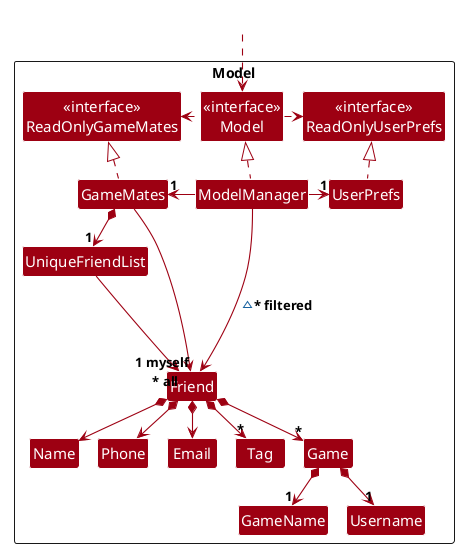
Earlier version of the PlantUML export pr-preview/pr-83/images/ModelClassDiagram.png (AY2627S1-CS2103T-W14-3/tp).
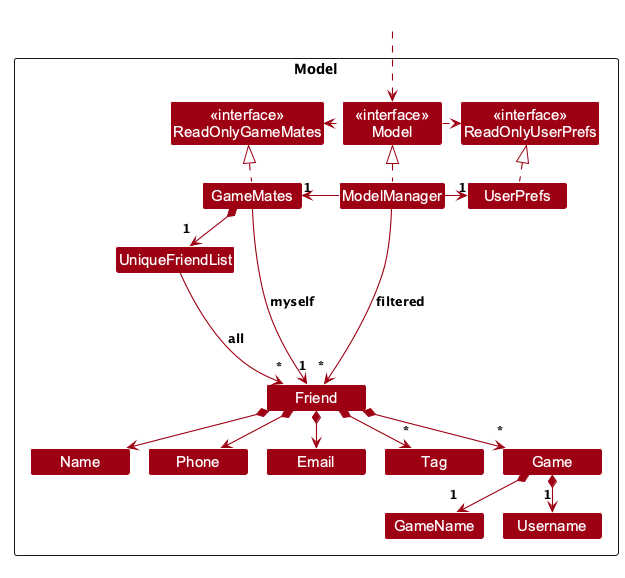
The same diagram one commit later.

Diff of the diagram source:
```diff
@@ -4,6 +4,9 @@
 skinparam arrowThickness 1.1
 skinparam arrowColor MODEL_COLOR
 skinparam classBackgroundColor MODEL_COLOR
+skinparam minClassWidth 100
+skinparam nodesep 30
+skinparam ranksep 50
 
 Package Model as ModelPackage <<Rectangle>>{
 Class "<<interface>>\nReadOnlyGameMates" as ReadOnlyGameMates
@@ -38,16 +41,16 @@
 ModelManager -right-> "1" UserPrefs
 UserPrefs .up.|> ReadOnlyUserPrefs
 
-GameMates *--> "1" UniqueFriendList
-UniqueFriendList --> "~* all" Friend
-GameMates --> "1 myself" Friend
+GameMates *--> "1\n<size:6> </size>" UniqueFriendList
+UniqueFriendList --> "*\n<size:6> </size>" Friend : all
+GameMates --> "1\n<size:6> </size>" Friend : myself
 Friend *--> Name
 Friend *--> Phone
 Friend *--> Email
-Friend *--> "*" Tag
-Friend *--> "*" Game
-Game *--> "1" GameName
-Game *--> "1" Username
+Friend *--> "*\n<size:6> </size>" Tag
+Friend *--> "*\n<size:6> </size>" Game
+Game *--> "1\n<size:6> </size>" GameName
+Game *--> "1\n<size:6> </size>" Username
 
 Friend -[hidden]up--> I
 UniqueFriendList -[hidden]right-> I
@@ -55,5 +58,5 @@
 Name -[hidden]right-> Phone
 Phone -[hidden]right-> Email
 
-ModelManager --> Friend : ~* filtered
+ModelManager --> "*\n<size:6> </size>" Friend : filtered
 @enduml
```
